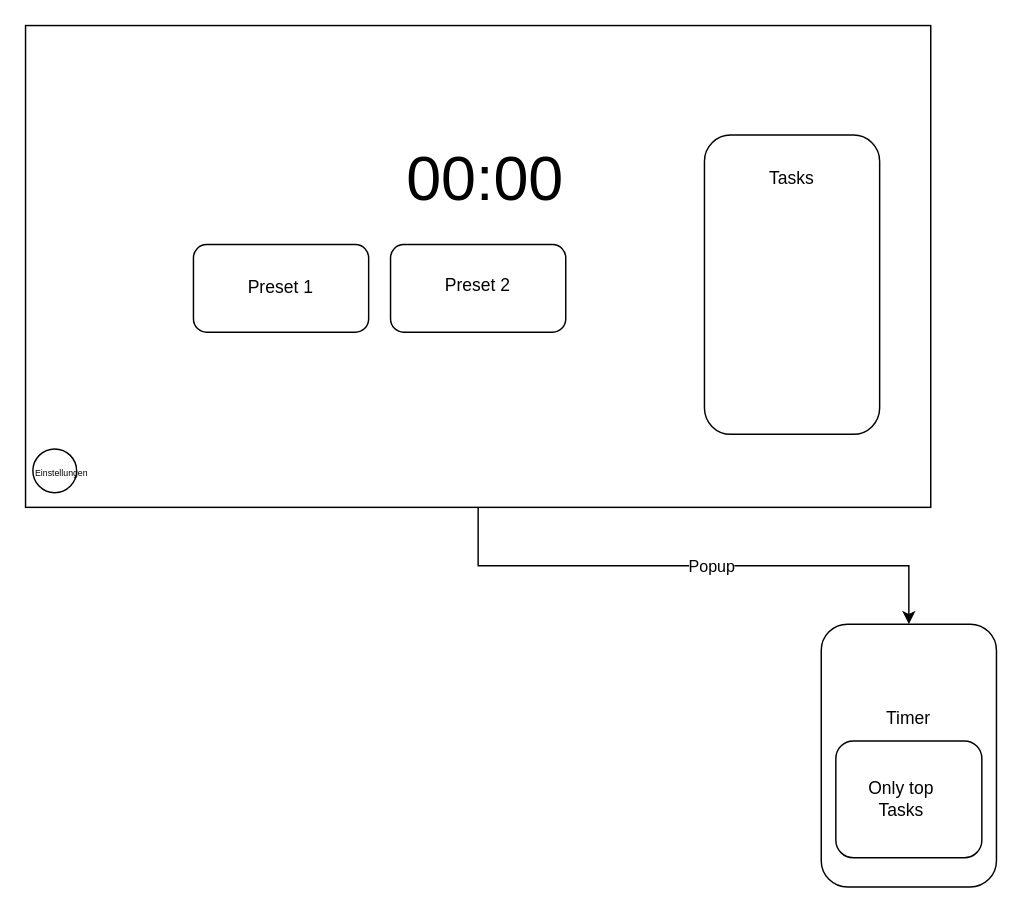
moonlitmarigold/Promodorotimer keeps this draw.io diagram as docs/overview.drawio. Above is the earlier version. Source tidied: cells renumbered, new cells numbered last; positions are measured from the earlier drawing's top-left corner, leaving out a move shared by most shapes. Both pictures are drawn from the tidied source at 146%, with x=0, y=0 at pixel (25, 25).
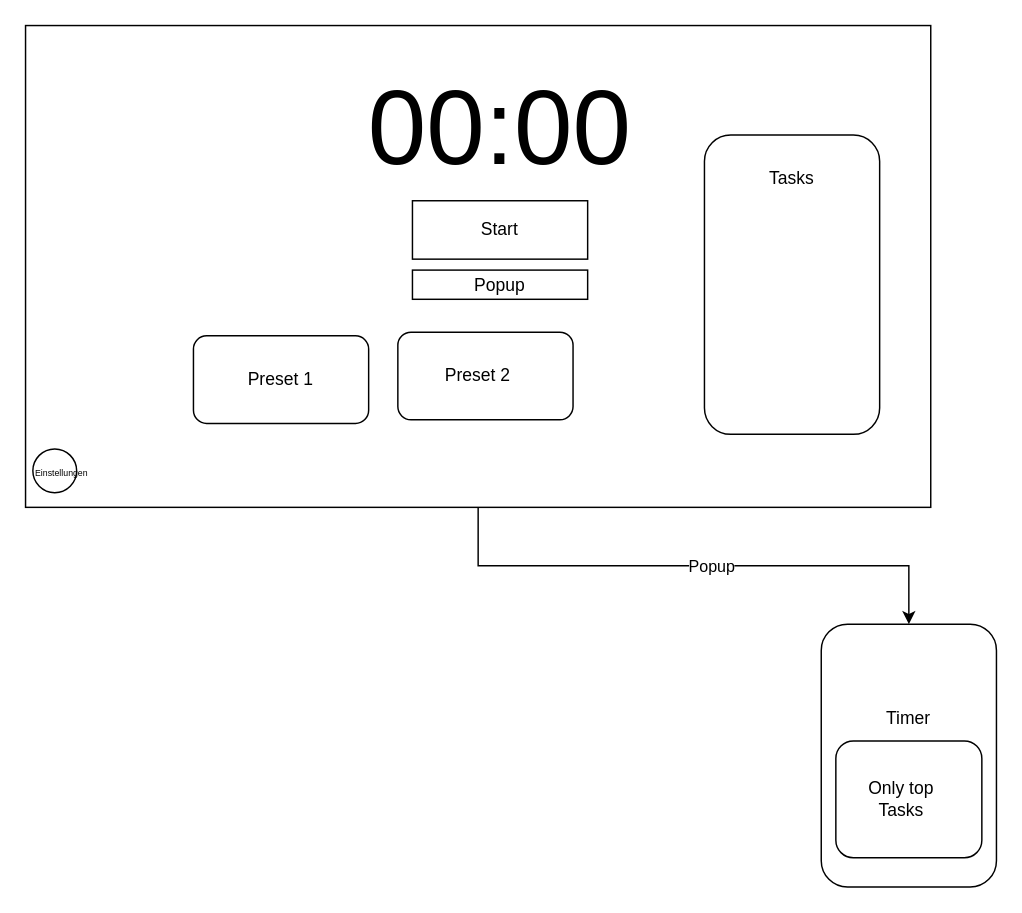
The same diagram, later.

Change to the diagram source:
```diff
@@
 <mxGraphModel>
   <root>
     <mxCell id="0" />
     <mxCell id="1" parent="0" />
     <mxCell id="2" style="edgeStyle=orthogonalEdgeStyle;rounded=0;jettySize=auto;html=1;entryX=0.5;entryY=0;entryDx=0;entryDy=0;" parent="1" edge="1" source="4" target="8">
       <mxGeometry relative="1" as="geometry" />
     </mxCell>
     <mxCell id="3" value="Popup" style="edgeLabel;html=1;align=center;verticalAlign=middle;" parent="2" vertex="1">
       <mxGeometry x="0.06" relative="1" as="geometry" />
     </mxCell>
     <mxCell id="4" style="rounded=0;whiteSpace=wrap;html=1;" parent="1" vertex="1">
       <mxGeometry width="620" height="330" as="geometry" />
     </mxCell>
-    <mxCell id="5" value="00:00" style="text;html=1;strokeColor=none;fillColor=none;align=center;verticalAlign=middle;whiteSpace=wrap;rounded=0;fontSize=43;" parent="1" vertex="1">
-      <mxGeometry x="235" y="60" width="160" height="90" as="geometry" />
+    <mxCell id="5" value="&lt;font style=&quot;font-size: 72px;&quot;&gt;00:00&lt;/font&gt;" style="text;html=1;strokeColor=none;fillColor=none;align=center;verticalAlign=middle;whiteSpace=wrap;rounded=0;fontSize=43;" parent="1" vertex="1">
+      <mxGeometry x="255" y="30" width="140" height="80" as="geometry" />
     </mxCell>
     <mxCell id="6" style="ellipse;whiteSpace=wrap;html=1;" parent="1" vertex="1">
       <mxGeometry x="5" y="290" width="30" height="30" as="geometry" />
     </mxCell>
     <mxCell id="7" value="&lt;font style=&quot;font-size: 6px;&quot;&gt;Einstellungen&lt;/font&gt;" style="text;html=1;strokeColor=none;fillColor=none;align=center;verticalAlign=middle;whiteSpace=wrap;rounded=0;" parent="1" vertex="1">
       <mxGeometry x="15" y="295" width="20" height="20" as="geometry" />
     </mxCell>
     <mxCell id="8" style="rounded=1;whiteSpace=wrap;html=1;" parent="1" vertex="1">
       <mxGeometry x="545" y="410" width="120" height="180" as="geometry" />
     </mxCell>
     <mxCell id="9" style="rounded=1;whiteSpace=wrap;html=1;" parent="1" vertex="1">
       <mxGeometry x="465" y="75" width="120" height="205" as="geometry" />
     </mxCell>
     <mxCell id="10" value="Tasks" style="text;html=1;strokeColor=none;fillColor=none;align=center;verticalAlign=middle;whiteSpace=wrap;rounded=0;" parent="1" vertex="1">
       <mxGeometry x="495" y="90" width="60" height="30" as="geometry" />
     </mxCell>
     <mxCell id="11" value="Timer" style="text;html=1;strokeColor=none;fillColor=none;align=center;verticalAlign=middle;whiteSpace=wrap;rounded=0;" parent="1" vertex="1">
       <mxGeometry x="575" y="460" width="60" height="30" as="geometry" />
     </mxCell>
     <mxCell id="12" style="rounded=1;whiteSpace=wrap;html=1;" parent="1" vertex="1">
       <mxGeometry x="555" y="490" width="100" height="80" as="geometry" />
     </mxCell>
     <mxCell id="13" value="Only top Tasks" style="text;html=1;strokeColor=none;fillColor=none;align=center;verticalAlign=middle;whiteSpace=wrap;rounded=0;" parent="1" vertex="1">
       <mxGeometry x="565" y="512.5" width="70" height="35" as="geometry" />
     </mxCell>
     <mxCell id="14" style="rounded=1;whiteSpace=wrap;html=1;" parent="1" vertex="1">
-      <mxGeometry x="115" y="150" width="120" height="60" as="geometry" />
+      <mxGeometry x="115" y="212.5" width="120" height="60" as="geometry" />
     </mxCell>
     <mxCell id="15" value="Preset 1" style="text;html=1;strokeColor=none;fillColor=none;align=center;verticalAlign=middle;whiteSpace=wrap;rounded=0;" parent="1" vertex="1">
-      <mxGeometry x="145" y="165" width="60" height="30" as="geometry" />
+      <mxGeometry x="145" y="227.5" width="60" height="30" as="geometry" />
     </mxCell>
     <mxCell id="16" style="rounded=1;whiteSpace=wrap;html=1;" parent="1" vertex="1">
-      <mxGeometry x="250" y="150" width="120" height="60" as="geometry" />
+      <mxGeometry x="255" y="210" width="120" height="60" as="geometry" />
     </mxCell>
     <mxCell id="17" value="Preset 2" style="text;html=1;strokeColor=none;fillColor=none;align=center;verticalAlign=middle;whiteSpace=wrap;rounded=0;" parent="1" vertex="1">
-      <mxGeometry x="280" y="162.5" width="60" height="30" as="geometry" />
+      <mxGeometry x="280" y="225" width="60" height="30" as="geometry" />
     </mxCell>
+    <mxCell id="18" value="Start" style="rounded=0;whiteSpace=wrap;html=1;" parent="1" vertex="1">
+      <mxGeometry x="265" y="120" width="120" height="40" as="geometry" />
+    </mxCell>
+    <mxCell id="19" value="Popup" style="rounded=0;whiteSpace=wrap;html=1;" parent="1" vertex="1">
+      <mxGeometry x="265" y="167.5" width="120" height="20" as="geometry" />
+    </mxCell>
   </root>
 </mxGraphModel>
```
